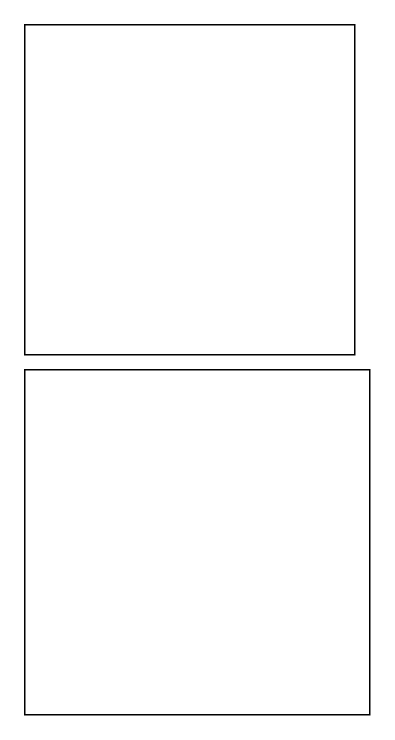
nageswarakoppisetti/Aws-Architecture-Diagrams keeps this draw.io diagram as Untitled Diagram.drawio. Above is the earlier version. Source tidied: cells renumbered, new cells numbered last; positions are measured from the earlier drawing's top-left corner, leaving out a move shared by most shapes. Both pictures are drawn from the tidied source at 150%, with x=0, y=0 at pixel (24, 24).
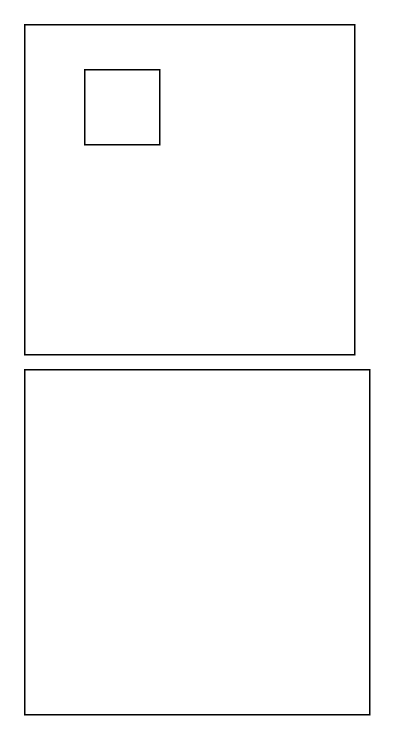
After the change.

Change to the diagram source:
```diff
@@
 <mxGraphModel>
   <root>
     <mxCell id="0" />
     <mxCell id="1" parent="0" />
     <mxCell id="2" style="whiteSpace=wrap;html=1;" parent="1" vertex="1">
       <mxGeometry width="220" height="220" as="geometry" />
     </mxCell>
     <mxCell id="3" style="edgeStyle=orthogonalEdgeStyle;rounded=0;jettySize=auto;html=1;exitX=1;exitY=0.5;exitDx=0;exitDy=0;" parent="1" edge="1" source="4">
       <mxGeometry relative="1" as="geometry">
         <mxPoint x="220" y="330" as="targetPoint" />
       </mxGeometry>
     </mxCell>
     <mxCell id="4" style="whiteSpace=wrap;html=1;" parent="1" vertex="1">
       <mxGeometry y="230" width="230" height="230" as="geometry" />
     </mxCell>
+    <mxCell id="5" style="whiteSpace=wrap;html=1;" parent="1" vertex="1">
+      <mxGeometry x="40" y="30" width="50" height="50" as="geometry" />
+    </mxCell>
   </root>
 </mxGraphModel>
```
